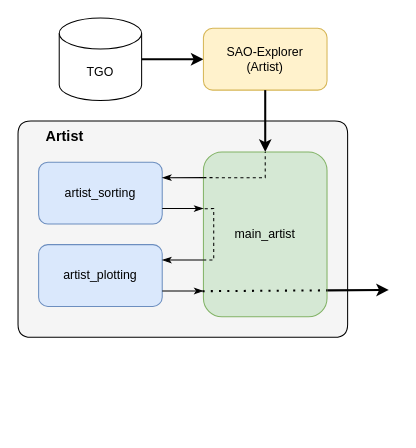
Above: page "Artist Processing" (4 of 5) of Software_Architecture.drawio in Kian0902/Masters_Project (draw.io), before the change. Source tidied: cells renumbered, new cells numbered last; positions are measured from the earlier drawing's top-left corner, leaving out a move shared by most shapes. Both pictures are drawn from the tidied source at 103%, with x=0, y=0 at pixel (18, 18).
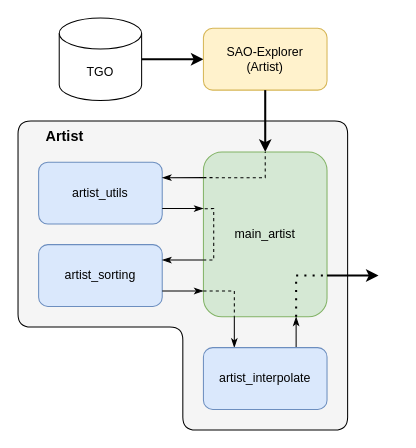
The same page after the edit.

Commit message (it also covers changes not shown here):
Updated diagram for artist

Unchanged cells that the change refers to:
```xml
<mxCell id="6" value="main_artist" style="rounded=1;whiteSpace=wrap;html=1;fillColor=#d5e8d4;strokeColor=#82b366;" parent="1" vertex="1">
  <mxGeometry x="180" y="130" width="120" height="160" as="geometry" />
</mxCell>
```

What changed in the source:
```diff
@@
-    <mxCell id="2" style="shape=corner;direction=west;whiteSpace=wrap;html=0;dx=610;dy=280;fillColor=#F5F5F5;perimeterSpacing=0;rounded=1;arcSize=25;dashed=0;" parent="1" vertex="1">
-      <mxGeometry y="100" width="320" height="210" as="geometry" />
+    <mxCell id="2" style="shape=corner;direction=south;whiteSpace=wrap;html=0;dx=200;dy=160;fillColor=#F5F5F5;perimeterSpacing=0;rounded=1;arcSize=25;dashed=0;" parent="1" vertex="1">
+      <mxGeometry y="100" width="320" height="300" as="geometry" />
     </mxCell>
@@
-    <mxCell id="9" value="artist_sorting" style="rounded=1;whiteSpace=wrap;html=1;fillColor=#dae8fc;strokeColor=#6c8ebf;" parent="1" vertex="1">
+    <mxCell id="9" value="artist_utils" style="rounded=1;whiteSpace=wrap;html=1;fillColor=#dae8fc;strokeColor=#6c8ebf;" parent="1" vertex="1">
       <mxGeometry x="20" y="140" width="120" height="60" as="geometry" />
     </mxCell>
-    <mxCell id="10" value="artist_plotting" style="rounded=1;whiteSpace=wrap;html=1;fillColor=#dae8fc;strokeColor=#6c8ebf;" parent="1" vertex="1">
+    <mxCell id="10" value="artist_sorting" style="rounded=1;whiteSpace=wrap;html=1;fillColor=#dae8fc;strokeColor=#6c8ebf;" parent="1" vertex="1">
       <mxGeometry x="20" y="220" width="120" height="60" as="geometry" />
     </mxCell>
@@
+    <mxCell id="19" style="edgeStyle=orthogonalEdgeStyle;rounded=0;jettySize=auto;html=1;exitX=0.25;exitY=0;exitDx=0;exitDy=0;entryX=0.25;entryY=1;entryDx=0;entryDy=0;startArrow=classicThin;startFill=1;endArrow=none;endFill=0;" parent="1" edge="1" source="21" target="6">
+      <mxGeometry relative="1" as="geometry" />
+    </mxCell>
+    <mxCell id="20" style="edgeStyle=orthogonalEdgeStyle;rounded=0;jettySize=auto;html=1;exitX=0.75;exitY=0;exitDx=0;exitDy=0;entryX=0.75;entryY=1;entryDx=0;entryDy=0;endArrow=classicThin;endFill=1;" parent="1" edge="1" source="21" target="6">
+      <mxGeometry relative="1" as="geometry" />
+    </mxCell>
+    <mxCell id="21" value="artist_interpolate" style="rounded=1;whiteSpace=wrap;html=1;fillColor=#dae8fc;strokeColor=#6c8ebf;" parent="1" vertex="1">
+      <mxGeometry x="180" y="320" width="120" height="60" as="geometry" />
+    </mxCell>
+    <mxCell id="22" style="endArrow=none;dashed=1;html=1;rounded=0;entryX=0.25;entryY=1;entryDx=0;entryDy=0;exitX=-0.001;exitY=0.156;exitDx=0;exitDy=0;exitPerimeter=0;" parent="1" edge="1" target="6">
+      <mxGeometry relative="1" as="geometry">
+        <mxPoint x="180" y="265" as="sourcePoint" />
+        <Array as="points">
+          <mxPoint x="210" y="265" />
+        </Array>
+      </mxGeometry>
+    </mxCell>
-    <mxCell id="17" style="endArrow=none;dashed=1;html=1;dashPattern=1 3;strokeWidth=2;rounded=0;exitX=-0.007;exitY=0.845;exitDx=0;exitDy=0;exitPerimeter=0;entryX=1;entryY=0.84;entryDx=0;entryDy=0;entryPerimeter=0;" parent="1" edge="1" source="6" target="6">
-      <mxGeometry relative="1" as="geometry" />
+    <mxCell id="17" style="endArrow=none;dashed=1;html=1;dashPattern=1 3;strokeWidth=2;rounded=0;exitX=0.75;exitY=1;exitDx=0;exitDy=0;entryX=1;entryY=0.75;entryDx=0;entryDy=0;" parent="1" edge="1" source="6" target="6">
+      <mxGeometry relative="1" as="geometry">
+        <Array as="points">
+          <mxPoint x="270" y="250" />
+        </Array>
+      </mxGeometry>
     </mxCell>
-    <mxCell id="18" style="endArrow=classic;html=1;rounded=0;exitX=1.002;exitY=0.84;exitDx=0;exitDy=0;exitPerimeter=0;strokeWidth=2;" parent="1" edge="1" source="6">
-      <mxGeometry relative="1" as="geometry">
-        <mxPoint x="360" y="264" as="targetPoint" />
-      </mxGeometry>
-    </mxCell>
+    <mxCell id="23" style="endArrow=classic;html=1;rounded=0;exitX=1;exitY=0.75;exitDx=0;exitDy=0;strokeWidth=2;" parent="1" edge="1" source="6">
+      <mxGeometry relative="1" as="geometry">
+        <mxPoint x="350" y="250" as="targetPoint" />
+      </mxGeometry>
+    </mxCell>
```
